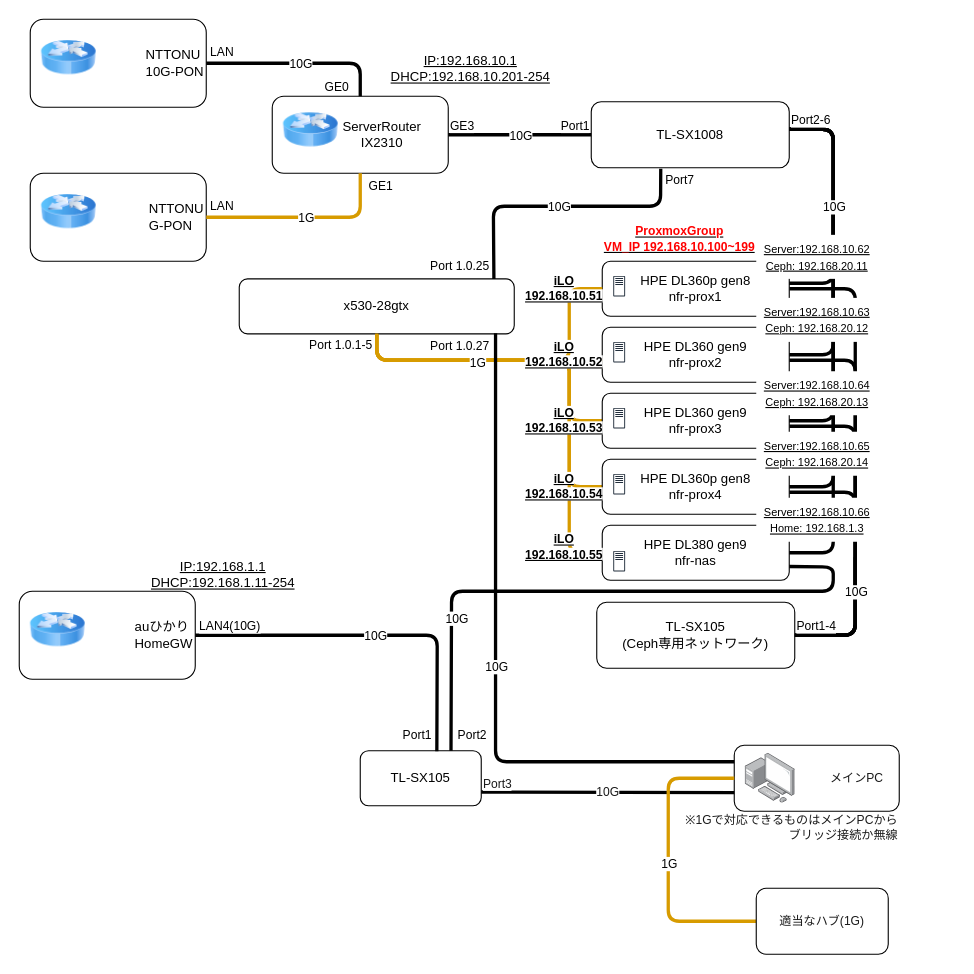
This is diagram/NFRNetworks_Home.drawio from khr245/NFRServer-Kubernetes, a draw.io file, before an edit. Source tidied: cells renumbered, new cells numbered last; positions are measured from the earlier drawing's top-left corner, leaving out a move shared by most shapes. Both pictures are drawn from the tidied source at 110%, with x=0, y=0 at pixel (19, 19).
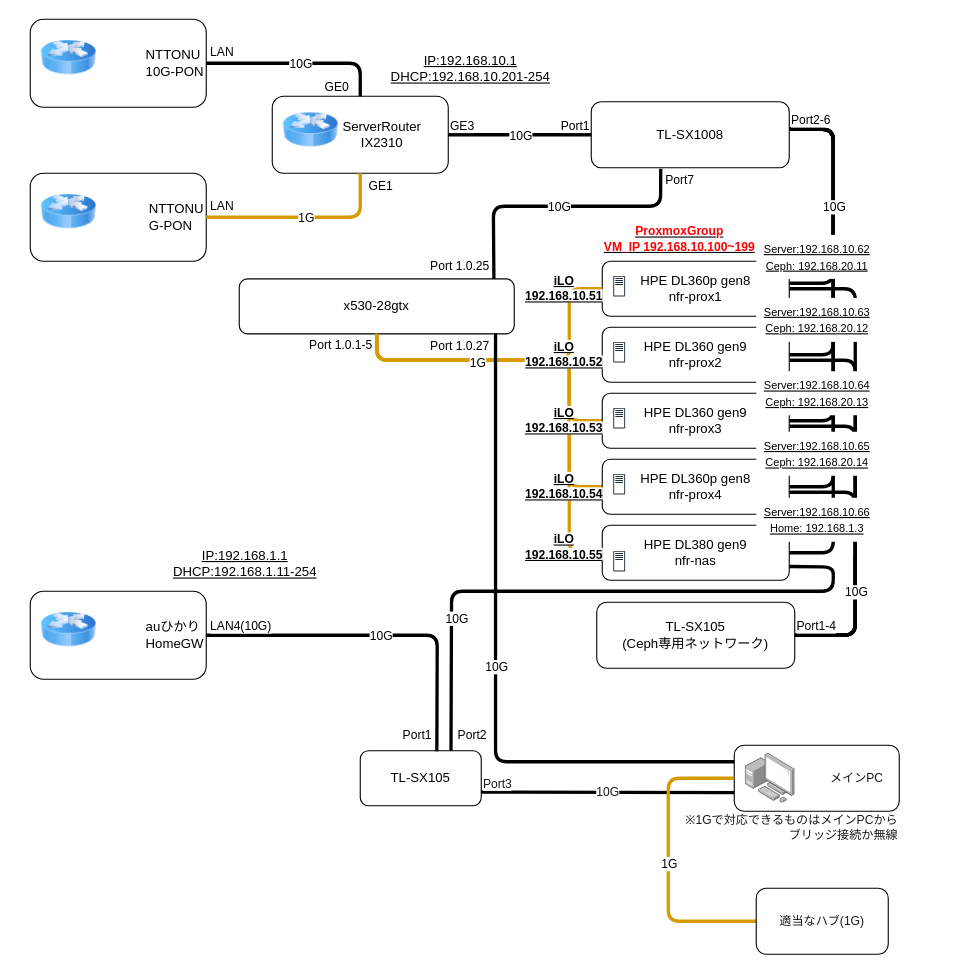
After the change.

Unchanged cells that the change refers to:
```xml
<mxCell id="88" value="TL-SX105" style="rounded=1;whiteSpace=wrap;html=1;" parent="1" vertex="1">
  <mxGeometry x="310" y="665" width="110" height="50" as="geometry" />
</mxCell>
```

The edit, as a diff of the source:
```diff
@@
     <mxCell id="27" style="group;" parent="1" vertex="1">
-      <mxGeometry y="520" width="160" height="80" as="geometry" />
+      <mxGeometry x="10" y="520" width="160" height="80" as="geometry" />
     </mxCell>
+    <mxCell id="104" style="group;" parent="27" vertex="1">
+      <mxGeometry width="160" height="80" as="geometry" />
+    </mxCell>
-    <mxCell id="28" value="&lt;blockquote style=&quot;margin: 0 0 0 40px; border: none; padding: 0px;&quot;&gt;&lt;blockquote style=&quot;margin: 0 0 0 40px; border: none; padding: 0px;&quot;&gt;&lt;div style=&quot;text-align: justify;&quot;&gt;&lt;span style=&quot;background-color: initial;&quot;&gt;auひかり&lt;/span&gt;&lt;/div&gt;&lt;/blockquote&gt;&lt;blockquote style=&quot;margin: 0 0 0 40px; border: none; padding: 0px;&quot;&gt;&lt;div style=&quot;text-align: justify;&quot;&gt;&lt;span style=&quot;background-color: initial;&quot;&gt;HomeGW&lt;/span&gt;&lt;/div&gt;&lt;/blockquote&gt;&lt;/blockquote&gt;" style="rounded=1;whiteSpace=wrap;html=1;align=right;" parent="27" vertex="1">
+    <mxCell id="28" value="&lt;blockquote style=&quot;margin: 0 0 0 40px; border: none; padding: 0px;&quot;&gt;&lt;blockquote style=&quot;margin: 0 0 0 40px; border: none; padding: 0px;&quot;&gt;&lt;div style=&quot;text-align: justify;&quot;&gt;&lt;span style=&quot;background-color: initial;&quot;&gt;auひかり&lt;/span&gt;&lt;/div&gt;&lt;/blockquote&gt;&lt;blockquote style=&quot;margin: 0 0 0 40px; border: none; padding: 0px;&quot;&gt;&lt;div style=&quot;text-align: justify;&quot;&gt;&lt;span style=&quot;background-color: initial;&quot;&gt;HomeGW&lt;/span&gt;&lt;/div&gt;&lt;/blockquote&gt;&lt;/blockquote&gt;" style="rounded=1;whiteSpace=wrap;html=1;align=right;" parent="104" vertex="1">
       <mxGeometry width="160" height="80" as="geometry" />
     </mxCell>
-    <mxCell id="29" style="image;html=1;image=img/lib/clip_art/networking/Router_Icon_128x128.png;" parent="27" vertex="1">
+    <mxCell id="29" style="image;html=1;image=img/lib/clip_art/networking/Router_Icon_128x128.png;" parent="104" vertex="1">
       <mxGeometry x="10" y="10" width="50" height="50" as="geometry" />
     </mxCell>
@@
     <mxCell id="90" style="endArrow=none;html=1;rounded=1;strokeWidth=3;endFill=0;entryX=0.633;entryY=0.008;entryDx=0;entryDy=0;entryPerimeter=0;" parent="1" edge="1" target="88">
       <mxGeometry relative="1" as="geometry">
-        <mxPoint x="160" y="560" as="sourcePoint" />
+        <mxPoint x="170" y="560" as="sourcePoint" />
         <Array as="points">
           <mxPoint x="380" y="560" />
         </Array>
       </mxGeometry>
     </mxCell>
@@
     <mxCell id="103" value="&lt;u&gt;IP:192.168.1.1&lt;br&gt;DHCP:192.168.1.11-254&lt;/u&gt;" style="text;html=1;align=center;verticalAlign=middle;strokeColor=none;fillColor=none;" parent="1" vertex="1">
-      <mxGeometry x="110" y="490" width="150" height="30" as="geometry" />
+      <mxGeometry x="130" y="480" width="150" height="30" as="geometry" />
     </mxCell>
```
